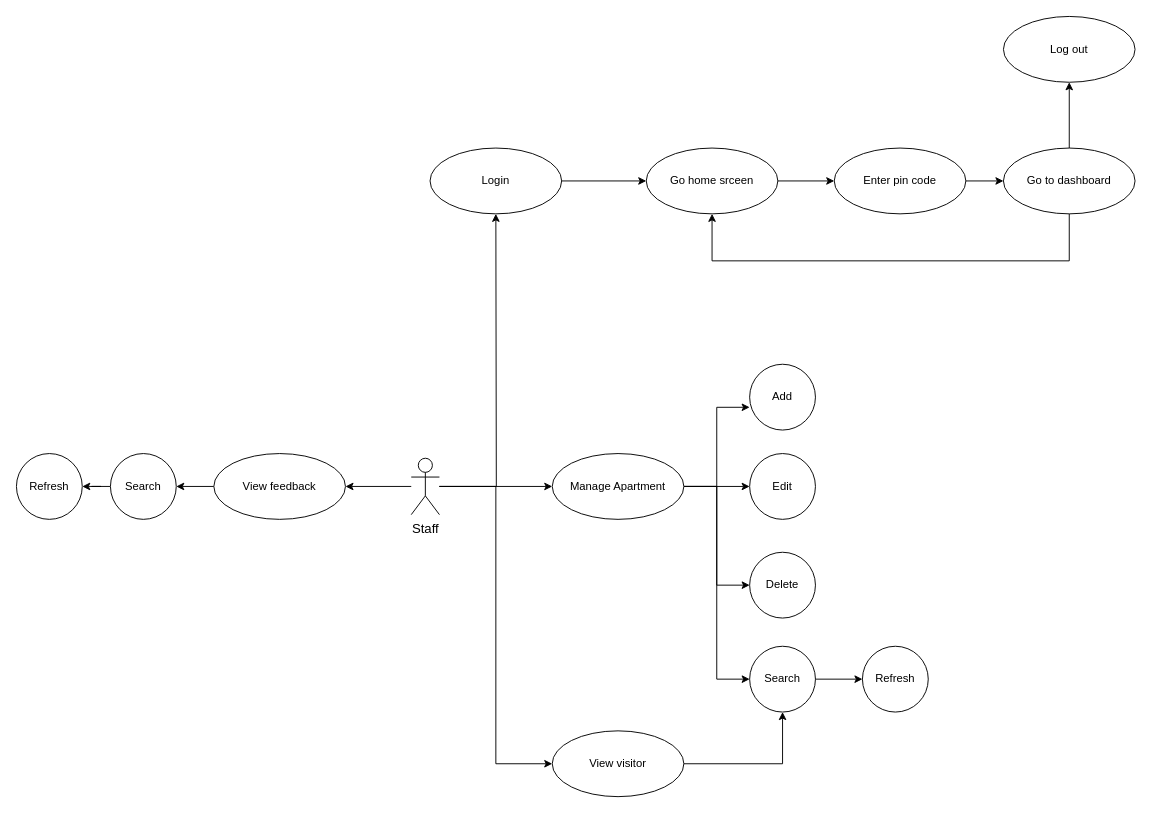
Earlier version of the draw.io diagram page "Page-1" (1 of 3) of diagram/usecase staff.drawio (duongminhthanh/app_system_management_visitor_for_old_aparment). Source tidied: cells renumbered, new cells numbered last; positions are measured from the earlier drawing's top-left corner, leaving out a move shared by most shapes. Both pictures are drawn from the tidied source at 94%, with x=0, y=0 at pixel (16, 16).
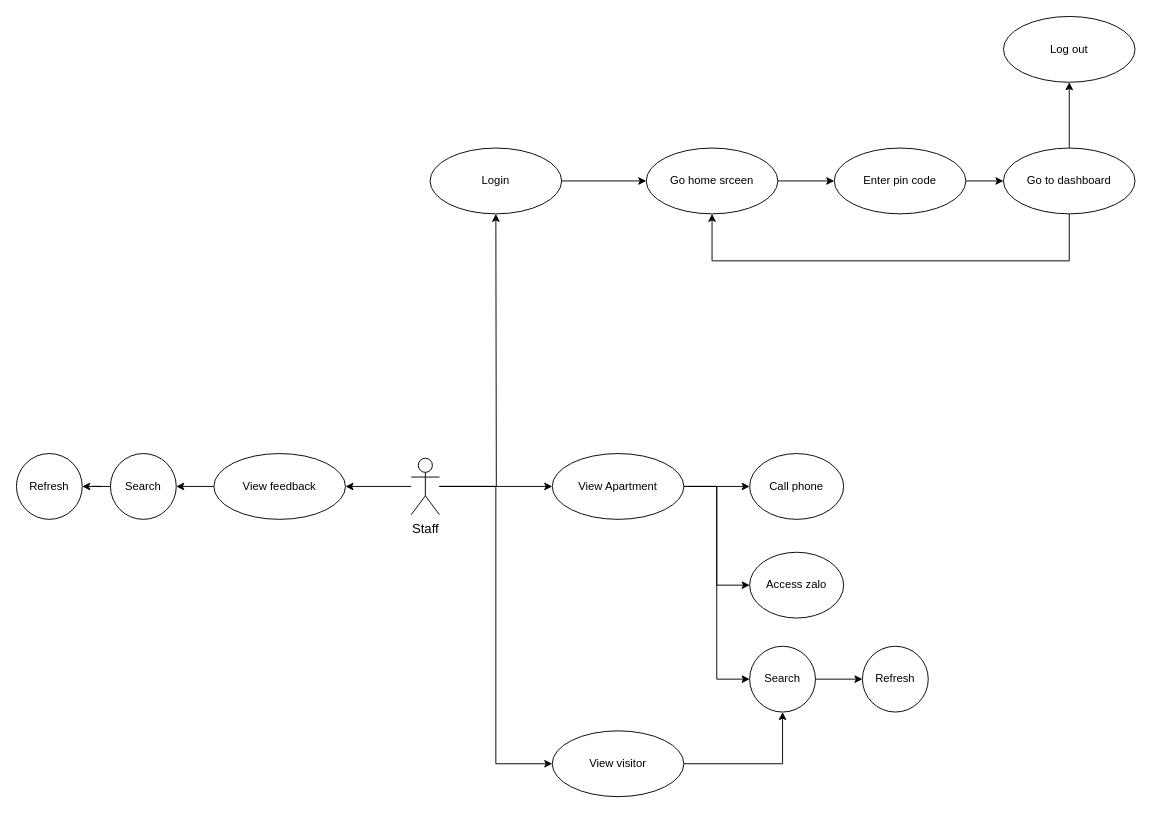
The same diagram, later.

Diff of the diagram source:
```diff
@@
-    <mxCell id="7" style="edgeStyle=orthogonalEdgeStyle;rounded=0;jettySize=auto;html=1;entryX=0;entryY=0.654;entryDx=0;entryDy=0;entryPerimeter=0;" parent="1" edge="1" source="11" target="12">
-      <mxGeometry relative="1" as="geometry" />
-    </mxCell>
@@
-    <mxCell id="11" value="Manage Apartment" style="ellipse;whiteSpace=wrap;html=1;" parent="1" vertex="1">
+    <mxCell id="11" value="View Apartment" style="ellipse;whiteSpace=wrap;html=1;" parent="1" vertex="1">
       <mxGeometry x="570" y="465" width="140" height="70" as="geometry" />
     </mxCell>
-    <mxCell id="12" value="Add" style="ellipse;whiteSpace=wrap;html=1;" parent="1" vertex="1">
-      <mxGeometry x="780" y="370" width="70" height="70" as="geometry" />
-    </mxCell>
-    <mxCell id="13" value="Edit" style="ellipse;whiteSpace=wrap;html=1;" parent="1" vertex="1">
-      <mxGeometry x="780" y="465" width="70" height="70" as="geometry" />
+    <mxCell id="13" value="Call phone" style="ellipse;whiteSpace=wrap;html=1;" parent="1" vertex="1">
+      <mxGeometry x="780" y="465" width="100" height="70" as="geometry" />
     </mxCell>
-    <mxCell id="14" value="Delete" style="ellipse;whiteSpace=wrap;html=1;" parent="1" vertex="1">
-      <mxGeometry x="780" y="570" width="70" height="70" as="geometry" />
+    <mxCell id="14" value="Access zalo" style="ellipse;whiteSpace=wrap;html=1;" parent="1" vertex="1">
+      <mxGeometry x="780" y="570" width="100" height="70" as="geometry" />
     </mxCell>
```
